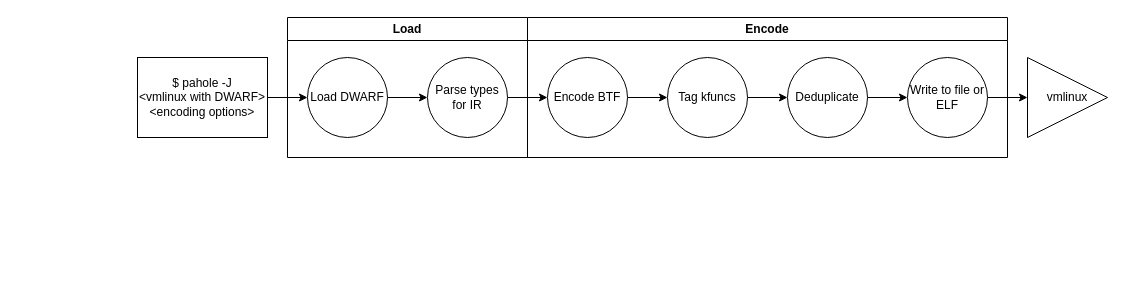
This is old_pahole.drawio from peter-shoes/lsfmm_slides, a draw.io file, before an edit. Source tidied: cells renumbered, new cells numbered last; positions are measured from the earlier drawing's top-left corner, leaving out a move shared by most shapes. Both pictures are drawn from the tidied source at 100%, with x=0, y=0 at pixel (137, 17).
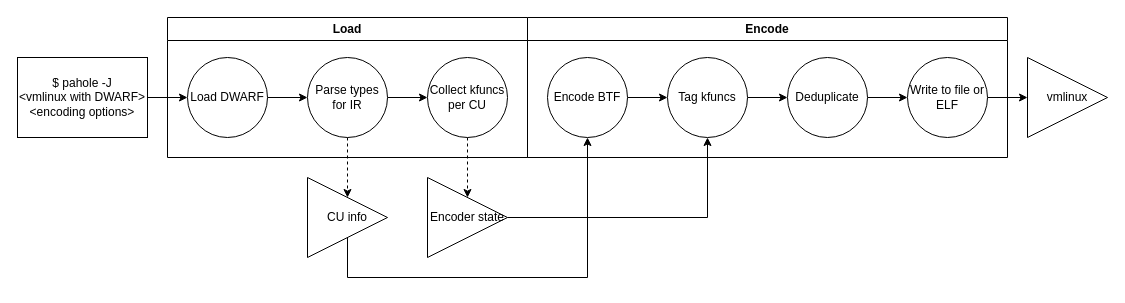
The same diagram, later.

Unchanged cells that the change refers to:
```xml
<mxCell id="7" value="Encode BTF" style="ellipse;whiteSpace=wrap;html=1;" parent="1" vertex="1">
  <mxGeometry x="410" y="40" width="80" height="80" as="geometry" />
</mxCell>
<mxCell id="14" value="Tag kfuncs" style="ellipse;whiteSpace=wrap;html=1;" parent="1" vertex="1">
  <mxGeometry x="530" y="40" width="80" height="80" as="geometry" />
</mxCell>
```

What changed in the source:
```diff
@@
     <mxCell id="3" value="Load DWARF" style="ellipse;whiteSpace=wrap;html=1;" parent="1" vertex="1">
-      <mxGeometry x="170" y="40" width="80" height="80" as="geometry" />
+      <mxGeometry x="50" y="40" width="80" height="80" as="geometry" />
     </mxCell>
-    <mxCell id="4" style="edgeStyle=orthogonalEdgeStyle;rounded=0;jettySize=auto;html=1;" parent="1" edge="1" source="5" target="7">
-      <mxGeometry relative="1" as="geometry" />
-    </mxCell>
+    <mxCell id="19" style="edgeStyle=orthogonalEdgeStyle;rounded=0;jettySize=auto;html=1;" parent="1" edge="1" source="5" target="22">
+      <mxGeometry relative="1" as="geometry" />
+    </mxCell>
+    <mxCell id="20" style="edgeStyle=orthogonalEdgeStyle;rounded=0;jettySize=auto;html=1;dashed=1;" parent="1" edge="1" source="5" target="26">
+      <mxGeometry relative="1" as="geometry" />
+    </mxCell>
     <mxCell id="5" value="Parse types for IR" style="ellipse;whiteSpace=wrap;html=1;" parent="1" vertex="1">
-      <mxGeometry x="290" y="40" width="80" height="80" as="geometry" />
+      <mxGeometry x="170" y="40" width="80" height="80" as="geometry" />
     </mxCell>
@@
     <mxCell id="9" value="Load" style="swimlane;whiteSpace=wrap;html=1;" parent="1" vertex="1">
-      <mxGeometry x="150" width="240" height="140" as="geometry" />
+      <mxGeometry x="30" width="360" height="140" as="geometry" />
     </mxCell>
@@
     <mxCell id="12" value="$ pahole -J&lt;div&gt;&amp;lt;vmlinux with DWARF&amp;gt;&lt;/div&gt;&lt;div&gt;&amp;lt;encoding options&amp;gt;&lt;/div&gt;" style="rounded=0;whiteSpace=wrap;html=1;" parent="1" vertex="1">
-      <mxGeometry y="40" width="130" height="80" as="geometry" />
+      <mxGeometry x="-120" y="40" width="130" height="80" as="geometry" />
     </mxCell>
@@
+    <mxCell id="21" style="edgeStyle=orthogonalEdgeStyle;rounded=0;jettySize=auto;html=1;dashed=1;" parent="1" edge="1" source="22" target="24">
+      <mxGeometry relative="1" as="geometry" />
+    </mxCell>
+    <mxCell id="22" value="Collect kfuncs per CU" style="ellipse;whiteSpace=wrap;html=1;" parent="1" vertex="1">
+      <mxGeometry x="290" y="40" width="80" height="80" as="geometry" />
+    </mxCell>
+    <mxCell id="23" style="edgeStyle=orthogonalEdgeStyle;rounded=0;jettySize=auto;html=1;exitX=1;exitY=0.5;exitDx=0;exitDy=0;entryX=0.5;entryY=1;entryDx=0;entryDy=0;" parent="1" edge="1" source="24" target="14">
+      <mxGeometry relative="1" as="geometry" />
+    </mxCell>
+    <mxCell id="24" value="Encoder state" style="triangle;whiteSpace=wrap;html=1;" parent="1" vertex="1">
+      <mxGeometry x="290" y="160" width="80" height="80" as="geometry" />
+    </mxCell>
+    <mxCell id="25" style="edgeStyle=orthogonalEdgeStyle;rounded=0;jettySize=auto;html=1;exitX=0.5;exitY=1;exitDx=0;exitDy=0;entryX=0.5;entryY=1;entryDx=0;entryDy=0;" parent="1" edge="1" source="26" target="7">
+      <mxGeometry relative="1" as="geometry">
+        <Array as="points">
+          <mxPoint x="210" y="260" />
+          <mxPoint x="450" y="260" />
+        </Array>
+      </mxGeometry>
+    </mxCell>
+    <mxCell id="26" value="CU info" style="triangle;whiteSpace=wrap;html=1;" parent="1" vertex="1">
+      <mxGeometry x="170" y="160" width="80" height="80" as="geometry" />
+    </mxCell>
```
